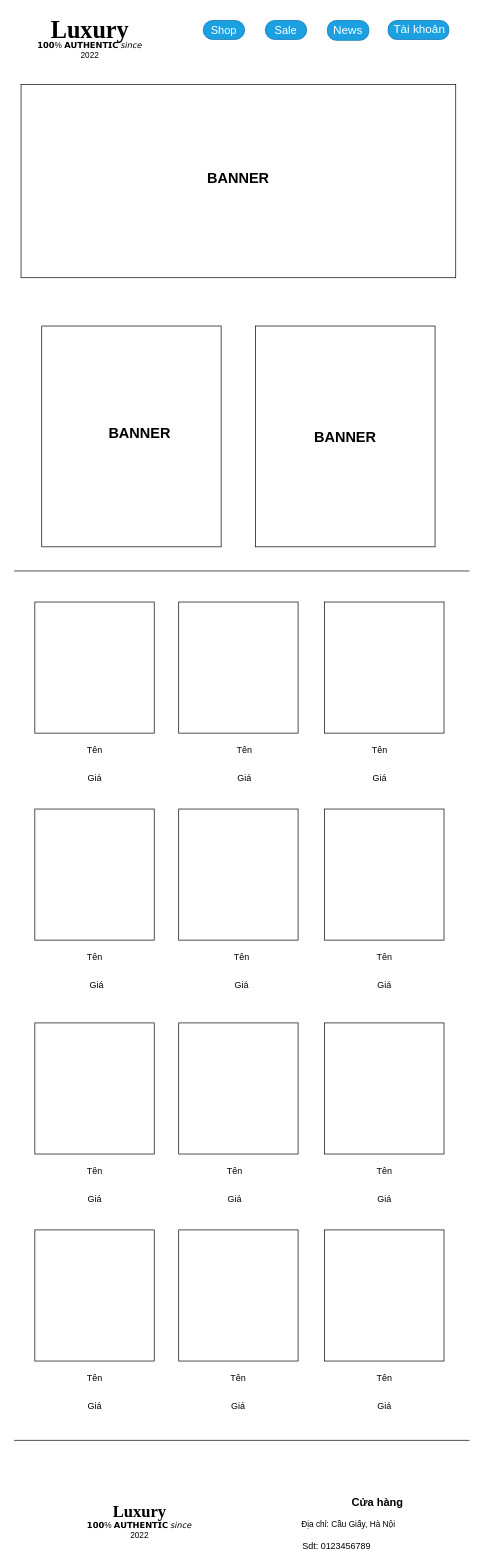
Above: page "Trang-1" (1 of 4) of shop.drawio in yenphph/web106_yenphph (draw.io), before the change. Source tidied: cells renumbered, new cells numbered last; positions are measured from the earlier drawing's top-left corner, leaving out a move shared by most shapes. Both pictures are drawn from the tidied source at 69%, with x=0, y=0 at pixel (14, 11).
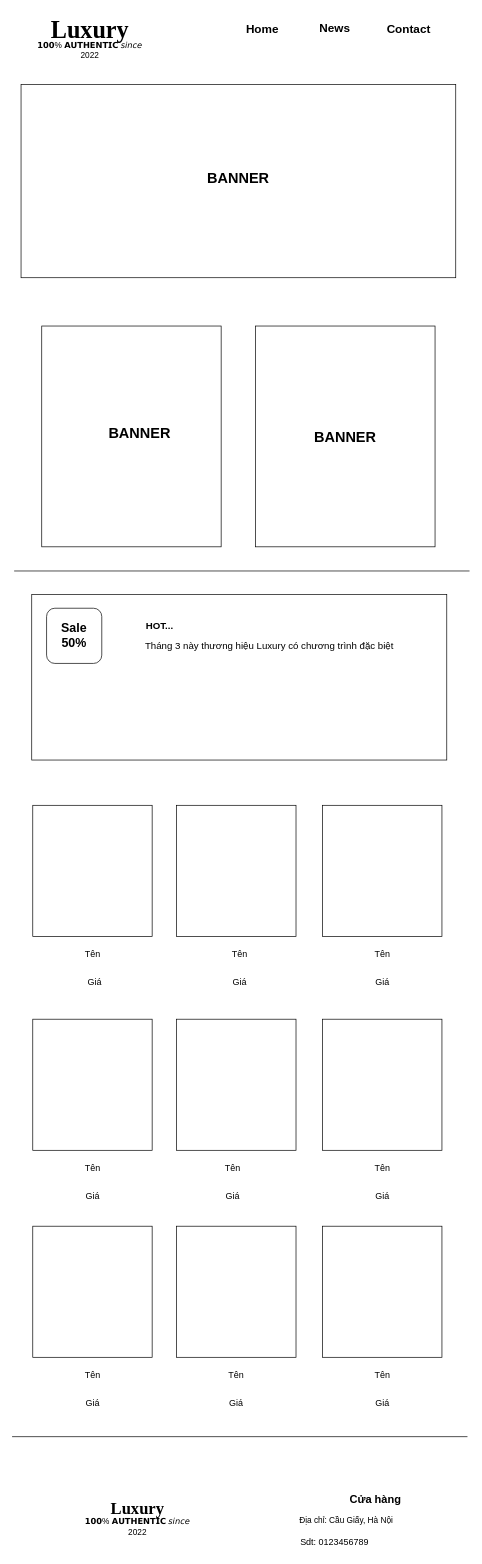
The same diagram, later.

Diff of the diagram source:
```diff
@@
-    <mxCell id="4" value="&lt;font style=&quot;font-size: 16px;&quot;&gt;Sale&lt;/font&gt;" style="rounded=1;whiteSpace=wrap;html=1;fillColor=#1ba1e2;strokeColor=#006EAF;fontColor=#ffffff;arcSize=50;" parent="1" vertex="1">
-      <mxGeometry x="364" y="13.2" width="60" height="27.5" as="geometry" />
-    </mxCell>
-    <mxCell id="5" style="rounded=1;whiteSpace=wrap;html=1;fillColor=#1ba1e2;strokeColor=#006EAF;arcSize=45;fontColor=#ffffff;" parent="1" vertex="1">
-      <mxGeometry x="454" y="13.2" width="60" height="28.8" as="geometry" />
-    </mxCell>
-    <mxCell id="6" value="&lt;span style=&quot;font-size: 16px;&quot;&gt;Shop&lt;/span&gt;" style="rounded=1;whiteSpace=wrap;html=1;fillColor=#1ba1e2;strokeColor=#006EAF;arcSize=50;fontColor=#ffffff;" parent="1" vertex="1">
-      <mxGeometry x="274" y="13.2" width="60" height="27.5" as="geometry" />
-    </mxCell>
-    <mxCell id="7" style="edgeStyle=orthogonalEdgeStyle;rounded=0;orthogonalLoop=1;jettySize=auto;html=1;exitX=0.5;exitY=1;exitDx=0;exitDy=0;" parent="1" edge="1" source="6" target="6">
-      <mxGeometry relative="1" as="geometry" />
-    </mxCell>
-    <mxCell id="8" value="News" style="text;html=1;strokeColor=none;fillColor=none;align=center;verticalAlign=middle;whiteSpace=wrap;rounded=0;fontSize=17;fontColor=#FFFFFF;" parent="1" vertex="1">
-      <mxGeometry x="454" y="13.2" width="60" height="30" as="geometry" />
-    </mxCell>
-    <mxCell id="9" style="edgeStyle=orthogonalEdgeStyle;rounded=0;orthogonalLoop=1;jettySize=auto;html=1;exitX=0.5;exitY=1;exitDx=0;exitDy=0;" parent="1" edge="1" source="61" target="61">
-      <mxGeometry relative="1" as="geometry" />
-    </mxCell>
@@
-    <mxCell id="17" style="rounded=0;whiteSpace=wrap;html=1;" parent="1" vertex="1">
-      <mxGeometry x="30" y="856" width="173" height="190" as="geometry" />
-    </mxCell>
-    <mxCell id="18" style="rounded=0;whiteSpace=wrap;html=1;" parent="1" vertex="1">
-      <mxGeometry x="238.5" y="856" width="173" height="190" as="geometry" />
-    </mxCell>
-    <mxCell id="19" style="rounded=0;whiteSpace=wrap;html=1;" parent="1" vertex="1">
-      <mxGeometry x="450" y="856" width="173" height="190" as="geometry" />
-    </mxCell>
-    <mxCell id="20" style="rounded=0;whiteSpace=wrap;html=1;" parent="1" vertex="1">
-      <mxGeometry x="30" y="1156" width="173" height="190" as="geometry" />
-    </mxCell>
-    <mxCell id="21" style="rounded=0;whiteSpace=wrap;html=1;" parent="1" vertex="1">
-      <mxGeometry x="238.5" y="1156" width="173" height="190" as="geometry" />
-    </mxCell>
-    <mxCell id="22" style="rounded=0;whiteSpace=wrap;html=1;" parent="1" vertex="1">
-      <mxGeometry x="450" y="1156" width="173" height="190" as="geometry" />
-    </mxCell>
-    <mxCell id="23" value="Giá" style="text;html=1;strokeColor=none;fillColor=none;align=center;verticalAlign=middle;whiteSpace=wrap;rounded=0;fontSize=13;" parent="1" vertex="1">
-      <mxGeometry x="86.5" y="1096" width="60" height="30" as="geometry" />
-    </mxCell>
-    <mxCell id="24" value="&lt;font style=&quot;font-size: 13px;&quot;&gt;Tên&lt;/font&gt;" style="text;html=1;strokeColor=none;fillColor=none;align=center;verticalAlign=middle;whiteSpace=wrap;rounded=0;fontSize=13;" parent="1" vertex="1">
-      <mxGeometry x="86.5" y="1056" width="60" height="30" as="geometry" />
-    </mxCell>
-    <mxCell id="25" value="&lt;font style=&quot;font-size: 13px;&quot;&gt;Tên&lt;/font&gt;" style="text;html=1;strokeColor=none;fillColor=none;align=center;verticalAlign=middle;whiteSpace=wrap;rounded=0;fontSize=13;" parent="1" vertex="1">
-      <mxGeometry x="304" y="1056" width="60" height="30" as="geometry" />
-    </mxCell>
-    <mxCell id="26" value="&lt;font style=&quot;font-size: 13px;&quot;&gt;Tên&lt;/font&gt;" style="text;html=1;strokeColor=none;fillColor=none;align=center;verticalAlign=middle;whiteSpace=wrap;rounded=0;fontSize=13;" parent="1" vertex="1">
-      <mxGeometry x="500" y="1056" width="60" height="30" as="geometry" />
-    </mxCell>
-    <mxCell id="27" value="Giá" style="text;html=1;strokeColor=none;fillColor=none;align=center;verticalAlign=middle;whiteSpace=wrap;rounded=0;fontSize=13;" parent="1" vertex="1">
-      <mxGeometry x="86.5" y="1706" width="60" height="30" as="geometry" />
-    </mxCell>
-    <mxCell id="28" value="Giá" style="text;html=1;strokeColor=none;fillColor=none;align=center;verticalAlign=middle;whiteSpace=wrap;rounded=0;fontSize=13;" parent="1" vertex="1">
-      <mxGeometry x="290" y="1706" width="60" height="30" as="geometry" />
-    </mxCell>
-    <mxCell id="29" value="Giá" style="text;html=1;strokeColor=none;fillColor=none;align=center;verticalAlign=middle;whiteSpace=wrap;rounded=0;fontSize=13;" parent="1" vertex="1">
-      <mxGeometry x="506.5" y="1396" width="60" height="30" as="geometry" />
-    </mxCell>
-    <mxCell id="30" value="Giá" style="text;html=1;strokeColor=none;fillColor=none;align=center;verticalAlign=middle;whiteSpace=wrap;rounded=0;fontSize=13;" parent="1" vertex="1">
-      <mxGeometry x="300" y="1396" width="60" height="30" as="geometry" />
-    </mxCell>
-    <mxCell id="31" value="Giá" style="text;html=1;strokeColor=none;fillColor=none;align=center;verticalAlign=middle;whiteSpace=wrap;rounded=0;fontSize=13;" parent="1" vertex="1">
-      <mxGeometry x="500" y="1096" width="60" height="30" as="geometry" />
-    </mxCell>
-    <mxCell id="32" value="Giá" style="text;html=1;strokeColor=none;fillColor=none;align=center;verticalAlign=middle;whiteSpace=wrap;rounded=0;fontSize=13;" parent="1" vertex="1">
-      <mxGeometry x="304" y="1096" width="60" height="30" as="geometry" />
-    </mxCell>
-    <mxCell id="33" value="Giá" style="text;html=1;strokeColor=none;fillColor=none;align=center;verticalAlign=middle;whiteSpace=wrap;rounded=0;fontSize=13;" parent="1" vertex="1">
-      <mxGeometry x="90" y="1396" width="60" height="30" as="geometry" />
-    </mxCell>
-    <mxCell id="34" value="&lt;font style=&quot;font-size: 13px;&quot;&gt;Tên&lt;/font&gt;" style="text;html=1;strokeColor=none;fillColor=none;align=center;verticalAlign=middle;whiteSpace=wrap;rounded=0;fontSize=13;" parent="1" vertex="1">
-      <mxGeometry x="86.5" y="1356" width="60" height="30" as="geometry" />
-    </mxCell>
-    <mxCell id="35" value="&lt;font style=&quot;font-size: 13px;&quot;&gt;Tên&lt;/font&gt;" style="text;html=1;strokeColor=none;fillColor=none;align=center;verticalAlign=middle;whiteSpace=wrap;rounded=0;fontSize=13;" parent="1" vertex="1">
-      <mxGeometry x="506.5" y="1356" width="60" height="30" as="geometry" />
-    </mxCell>
-    <mxCell id="36" value="&lt;font style=&quot;font-size: 13px;&quot;&gt;Tên&lt;/font&gt;" style="text;html=1;strokeColor=none;fillColor=none;align=center;verticalAlign=middle;whiteSpace=wrap;rounded=0;fontSize=13;" parent="1" vertex="1">
-      <mxGeometry x="300" y="1356" width="60" height="30" as="geometry" />
-    </mxCell>
-    <mxCell id="37" style="rounded=0;whiteSpace=wrap;html=1;" parent="1" vertex="1">
-      <mxGeometry x="450" y="1766" width="173" height="190" as="geometry" />
-    </mxCell>
-    <mxCell id="38" style="rounded=0;whiteSpace=wrap;html=1;" parent="1" vertex="1">
-      <mxGeometry x="238.5" y="1766" width="173" height="190" as="geometry" />
-    </mxCell>
-    <mxCell id="39" style="rounded=0;whiteSpace=wrap;html=1;" parent="1" vertex="1">
-      <mxGeometry x="30" y="1766" width="173" height="190" as="geometry" />
-    </mxCell>
-    <mxCell id="40" style="rounded=0;whiteSpace=wrap;html=1;" parent="1" vertex="1">
-      <mxGeometry x="450" y="1466" width="173" height="190" as="geometry" />
-    </mxCell>
-    <mxCell id="41" style="rounded=0;whiteSpace=wrap;html=1;" parent="1" vertex="1">
-      <mxGeometry x="238.5" y="1466" width="173" height="190" as="geometry" />
-    </mxCell>
-    <mxCell id="42" style="rounded=0;whiteSpace=wrap;html=1;" parent="1" vertex="1">
-      <mxGeometry x="30" y="1466" width="173" height="190" as="geometry" />
-    </mxCell>
-    <mxCell id="43" value="&lt;font style=&quot;font-size: 13px;&quot;&gt;Tên&lt;/font&gt;" style="text;html=1;strokeColor=none;fillColor=none;align=center;verticalAlign=middle;whiteSpace=wrap;rounded=0;fontSize=13;" parent="1" vertex="1">
-      <mxGeometry x="290" y="1666" width="60" height="30" as="geometry" />
-    </mxCell>
-    <mxCell id="44" value="&lt;font style=&quot;font-size: 13px;&quot;&gt;Tên&lt;/font&gt;" style="text;html=1;strokeColor=none;fillColor=none;align=center;verticalAlign=middle;whiteSpace=wrap;rounded=0;fontSize=13;" parent="1" vertex="1">
-      <mxGeometry x="506.5" y="1666" width="60" height="30" as="geometry" />
-    </mxCell>
-    <mxCell id="45" value="&lt;font style=&quot;font-size: 13px;&quot;&gt;Tên&lt;/font&gt;" style="text;html=1;strokeColor=none;fillColor=none;align=center;verticalAlign=middle;whiteSpace=wrap;rounded=0;fontSize=13;" parent="1" vertex="1">
-      <mxGeometry x="86.5" y="1666" width="60" height="30" as="geometry" />
-    </mxCell>
-    <mxCell id="46" style="edgeStyle=orthogonalEdgeStyle;rounded=0;orthogonalLoop=1;jettySize=auto;html=1;exitX=0.5;exitY=1;exitDx=0;exitDy=0;" parent="1" edge="1" source="45" target="45">
-      <mxGeometry relative="1" as="geometry" />
-    </mxCell>
-    <mxCell id="47" value="&lt;font style=&quot;font-size: 13px;&quot;&gt;Tên&lt;/font&gt;" style="text;html=1;strokeColor=none;fillColor=none;align=center;verticalAlign=middle;whiteSpace=wrap;rounded=0;fontSize=13;" parent="1" vertex="1">
-      <mxGeometry x="506.5" y="1966" width="60" height="30" as="geometry" />
-    </mxCell>
-    <mxCell id="48" value="&lt;font style=&quot;font-size: 13px;&quot;&gt;Tên&lt;/font&gt;" style="text;html=1;strokeColor=none;fillColor=none;align=center;verticalAlign=middle;whiteSpace=wrap;rounded=0;fontSize=13;" parent="1" vertex="1">
-      <mxGeometry x="295" y="1966" width="60" height="30" as="geometry" />
-    </mxCell>
-    <mxCell id="49" value="&lt;font style=&quot;font-size: 13px;&quot;&gt;Tên&lt;/font&gt;" style="text;html=1;strokeColor=none;fillColor=none;align=center;verticalAlign=middle;whiteSpace=wrap;rounded=0;fontSize=13;" parent="1" vertex="1">
-      <mxGeometry x="86.5" y="1966" width="60" height="30" as="geometry" />
-    </mxCell>
-    <mxCell id="50" value="Giá" style="text;html=1;strokeColor=none;fillColor=none;align=center;verticalAlign=middle;whiteSpace=wrap;rounded=0;fontSize=13;" parent="1" vertex="1">
-      <mxGeometry x="295" y="2006" width="60" height="30" as="geometry" />
-    </mxCell>
-    <mxCell id="51" value="Giá" style="text;html=1;strokeColor=none;fillColor=none;align=center;verticalAlign=middle;whiteSpace=wrap;rounded=0;fontSize=13;" parent="1" vertex="1">
-      <mxGeometry x="86.5" y="2006" width="60" height="30" as="geometry" />
-    </mxCell>
-    <mxCell id="52" value="Giá" style="text;html=1;strokeColor=none;fillColor=none;align=center;verticalAlign=middle;whiteSpace=wrap;rounded=0;fontSize=13;" parent="1" vertex="1">
-      <mxGeometry x="506.5" y="1706" width="60" height="30" as="geometry" />
-    </mxCell>
-    <mxCell id="53" value="Giá" style="text;html=1;strokeColor=none;fillColor=none;align=center;verticalAlign=middle;whiteSpace=wrap;rounded=0;fontSize=13;" parent="1" vertex="1">
-      <mxGeometry x="506.5" y="2006" width="60" height="30" as="geometry" />
-    </mxCell>
-    <mxCell id="54" style="line;strokeWidth=1;dashed=0;labelPosition=right;align=left;verticalAlign=middle;spacingTop=0;spacingLeft=6;" parent="1" vertex="1">
-      <mxGeometry y="2066" width="660" height="10" as="geometry" />
-    </mxCell>
+    <mxCell id="62" value="&lt;span style=&quot;font-size: 17px;&quot;&gt;&lt;b&gt;Home&lt;/b&gt;&lt;/span&gt;" style="text;html=1;strokeColor=none;fillColor=none;align=center;verticalAlign=middle;whiteSpace=wrap;rounded=0;" parent="1" vertex="1">
+      <mxGeometry x="317.5" y="11.9" width="84" height="30" as="geometry" />
+    </mxCell>
+    <mxCell id="8" value="&lt;b&gt;&lt;font style=&quot;font-size: 17px;&quot;&gt;News&lt;/font&gt;&lt;/b&gt;" style="text;html=1;strokeColor=none;fillColor=none;align=center;verticalAlign=middle;whiteSpace=wrap;rounded=0;" parent="1" vertex="1">
+      <mxGeometry x="435" y="10.7" width="60" height="30" as="geometry" />
+    </mxCell>
+    <mxCell id="63" value="&lt;span style=&quot;font-size: 17px;&quot;&gt;&lt;b&gt;Contact&lt;/b&gt;&lt;/span&gt;" style="text;html=1;strokeColor=none;fillColor=none;align=center;verticalAlign=middle;whiteSpace=wrap;rounded=0;" parent="1" vertex="1">
+      <mxGeometry x="542" y="11.9" width="60" height="30" as="geometry" />
+    </mxCell>
+    <mxCell id="64" style="rounded=0;whiteSpace=wrap;html=1;" parent="1" vertex="1">
+      <mxGeometry x="27" y="1150.6" width="173" height="190" as="geometry" />
+    </mxCell>
+    <mxCell id="65" style="rounded=0;whiteSpace=wrap;html=1;" parent="1" vertex="1">
+      <mxGeometry x="235.5" y="1150.6" width="173" height="190" as="geometry" />
+    </mxCell>
+    <mxCell id="66" style="rounded=0;whiteSpace=wrap;html=1;" parent="1" vertex="1">
+      <mxGeometry x="447" y="1150.6" width="173" height="190" as="geometry" />
+    </mxCell>
+    <mxCell id="67" value="Giá" style="text;html=1;strokeColor=none;fillColor=none;align=center;verticalAlign=middle;whiteSpace=wrap;rounded=0;fontSize=13;" parent="1" vertex="1">
+      <mxGeometry x="83.5" y="1700.6" width="60" height="30" as="geometry" />
+    </mxCell>
+    <mxCell id="68" value="Giá" style="text;html=1;strokeColor=none;fillColor=none;align=center;verticalAlign=middle;whiteSpace=wrap;rounded=0;fontSize=13;" parent="1" vertex="1">
+      <mxGeometry x="287" y="1700.6" width="60" height="30" as="geometry" />
+    </mxCell>
+    <mxCell id="69" value="Giá" style="text;html=1;strokeColor=none;fillColor=none;align=center;verticalAlign=middle;whiteSpace=wrap;rounded=0;fontSize=13;" parent="1" vertex="1">
+      <mxGeometry x="503.5" y="1390.6" width="60" height="30" as="geometry" />
+    </mxCell>
+    <mxCell id="70" value="Giá" style="text;html=1;strokeColor=none;fillColor=none;align=center;verticalAlign=middle;whiteSpace=wrap;rounded=0;fontSize=13;" parent="1" vertex="1">
+      <mxGeometry x="297" y="1390.6" width="60" height="30" as="geometry" />
+    </mxCell>
+    <mxCell id="71" value="Giá" style="text;html=1;strokeColor=none;fillColor=none;align=center;verticalAlign=middle;whiteSpace=wrap;rounded=0;fontSize=13;" parent="1" vertex="1">
+      <mxGeometry x="87" y="1390.6" width="60" height="30" as="geometry" />
+    </mxCell>
+    <mxCell id="72" value="&lt;font style=&quot;font-size: 13px;&quot;&gt;Tên&lt;/font&gt;" style="text;html=1;strokeColor=none;fillColor=none;align=center;verticalAlign=middle;whiteSpace=wrap;rounded=0;fontSize=13;" parent="1" vertex="1">
+      <mxGeometry x="83.5" y="1350.6" width="60" height="30" as="geometry" />
+    </mxCell>
+    <mxCell id="73" value="&lt;font style=&quot;font-size: 13px;&quot;&gt;Tên&lt;/font&gt;" style="text;html=1;strokeColor=none;fillColor=none;align=center;verticalAlign=middle;whiteSpace=wrap;rounded=0;fontSize=13;" parent="1" vertex="1">
+      <mxGeometry x="503.5" y="1350.6" width="60" height="30" as="geometry" />
+    </mxCell>
+    <mxCell id="74" value="&lt;font style=&quot;font-size: 13px;&quot;&gt;Tên&lt;/font&gt;" style="text;html=1;strokeColor=none;fillColor=none;align=center;verticalAlign=middle;whiteSpace=wrap;rounded=0;fontSize=13;" parent="1" vertex="1">
+      <mxGeometry x="297" y="1350.6" width="60" height="30" as="geometry" />
+    </mxCell>
+    <mxCell id="75" style="rounded=0;whiteSpace=wrap;html=1;" parent="1" vertex="1">
+      <mxGeometry x="447" y="1760.6" width="173" height="190" as="geometry" />
+    </mxCell>
+    <mxCell id="76" style="rounded=0;whiteSpace=wrap;html=1;" parent="1" vertex="1">
+      <mxGeometry x="235.5" y="1760.6" width="173" height="190" as="geometry" />
+    </mxCell>
+    <mxCell id="77" style="rounded=0;whiteSpace=wrap;html=1;" parent="1" vertex="1">
+      <mxGeometry x="27" y="1760.6" width="173" height="190" as="geometry" />
+    </mxCell>
+    <mxCell id="78" style="rounded=0;whiteSpace=wrap;html=1;" parent="1" vertex="1">
+      <mxGeometry x="447" y="1460.6" width="173" height="190" as="geometry" />
+    </mxCell>
+    <mxCell id="79" style="rounded=0;whiteSpace=wrap;html=1;" parent="1" vertex="1">
+      <mxGeometry x="235.5" y="1460.6" width="173" height="190" as="geometry" />
+    </mxCell>
+    <mxCell id="80" style="rounded=0;whiteSpace=wrap;html=1;" parent="1" vertex="1">
+      <mxGeometry x="27" y="1460.6" width="173" height="190" as="geometry" />
+    </mxCell>
+    <mxCell id="81" value="&lt;font style=&quot;font-size: 13px;&quot;&gt;Tên&lt;/font&gt;" style="text;html=1;strokeColor=none;fillColor=none;align=center;verticalAlign=middle;whiteSpace=wrap;rounded=0;fontSize=13;" parent="1" vertex="1">
+      <mxGeometry x="287" y="1660.6" width="60" height="30" as="geometry" />
+    </mxCell>
+    <mxCell id="82" value="&lt;font style=&quot;font-size: 13px;&quot;&gt;Tên&lt;/font&gt;" style="text;html=1;strokeColor=none;fillColor=none;align=center;verticalAlign=middle;whiteSpace=wrap;rounded=0;fontSize=13;" parent="1" vertex="1">
+      <mxGeometry x="503.5" y="1660.6" width="60" height="30" as="geometry" />
+    </mxCell>
+    <mxCell id="83" value="&lt;font style=&quot;font-size: 13px;&quot;&gt;Tên&lt;/font&gt;" style="text;html=1;strokeColor=none;fillColor=none;align=center;verticalAlign=middle;whiteSpace=wrap;rounded=0;fontSize=13;" parent="1" vertex="1">
+      <mxGeometry x="83.5" y="1660.6" width="60" height="30" as="geometry" />
+    </mxCell>
+    <mxCell id="84" style="edgeStyle=orthogonalEdgeStyle;rounded=0;orthogonalLoop=1;jettySize=auto;html=1;exitX=0.5;exitY=1;exitDx=0;exitDy=0;" parent="1" edge="1" source="83" target="83">
+      <mxGeometry relative="1" as="geometry" />
+    </mxCell>
+    <mxCell id="85" value="&lt;font style=&quot;font-size: 13px;&quot;&gt;Tên&lt;/font&gt;" style="text;html=1;strokeColor=none;fillColor=none;align=center;verticalAlign=middle;whiteSpace=wrap;rounded=0;fontSize=13;" parent="1" vertex="1">
+      <mxGeometry x="503.5" y="1960.6" width="60" height="30" as="geometry" />
+    </mxCell>
+    <mxCell id="86" value="&lt;font style=&quot;font-size: 13px;&quot;&gt;Tên&lt;/font&gt;" style="text;html=1;strokeColor=none;fillColor=none;align=center;verticalAlign=middle;whiteSpace=wrap;rounded=0;fontSize=13;" parent="1" vertex="1">
+      <mxGeometry x="292" y="1960.6" width="60" height="30" as="geometry" />
+    </mxCell>
+    <mxCell id="87" value="&lt;font style=&quot;font-size: 13px;&quot;&gt;Tên&lt;/font&gt;" style="text;html=1;strokeColor=none;fillColor=none;align=center;verticalAlign=middle;whiteSpace=wrap;rounded=0;fontSize=13;" parent="1" vertex="1">
+      <mxGeometry x="83.5" y="1960.6" width="60" height="30" as="geometry" />
+    </mxCell>
+    <mxCell id="88" value="Giá" style="text;html=1;strokeColor=none;fillColor=none;align=center;verticalAlign=middle;whiteSpace=wrap;rounded=0;fontSize=13;" parent="1" vertex="1">
+      <mxGeometry x="292" y="2000.6" width="60" height="30" as="geometry" />
+    </mxCell>
+    <mxCell id="89" value="Giá" style="text;html=1;strokeColor=none;fillColor=none;align=center;verticalAlign=middle;whiteSpace=wrap;rounded=0;fontSize=13;" parent="1" vertex="1">
+      <mxGeometry x="83.5" y="2000.6" width="60" height="30" as="geometry" />
+    </mxCell>
+    <mxCell id="90" value="Giá" style="text;html=1;strokeColor=none;fillColor=none;align=center;verticalAlign=middle;whiteSpace=wrap;rounded=0;fontSize=13;" parent="1" vertex="1">
+      <mxGeometry x="503.5" y="1700.6" width="60" height="30" as="geometry" />
+    </mxCell>
+    <mxCell id="91" value="Giá" style="text;html=1;strokeColor=none;fillColor=none;align=center;verticalAlign=middle;whiteSpace=wrap;rounded=0;fontSize=13;" parent="1" vertex="1">
+      <mxGeometry x="503.5" y="2000.6" width="60" height="30" as="geometry" />
+    </mxCell>
+    <mxCell id="92" style="line;strokeWidth=1;dashed=0;labelPosition=right;align=left;verticalAlign=middle;spacingTop=0;spacingLeft=6;" parent="1" vertex="1">
+      <mxGeometry x="-3" y="2060.6" width="660" height="10" as="geometry" />
+    </mxCell>
     <mxCell id="55" value="&lt;font style=&quot;font-size: 24px;&quot;&gt;Luxury&lt;/font&gt;" style="text;html=1;strokeColor=none;fillColor=none;align=center;verticalAlign=middle;whiteSpace=wrap;rounded=0;fontSize=35;fontStyle=1;fontFamily=Times New Roman;" parent="1" vertex="1">
-      <mxGeometry x="127" y="2156" width="110" height="30" as="geometry" />
+      <mxGeometry x="124" y="2150.6" width="110" height="30" as="geometry" />
     </mxCell>
     <mxCell id="56" value="&lt;font style=&quot;font-size: 12px;&quot;&gt;𝟭𝟬𝟬% 𝗔𝗨𝗧𝗛𝗘𝗡𝗧𝗜𝗖 𝘴𝘪𝘯𝘤𝘦 2022&lt;/font&gt;" style="text;html=1;strokeColor=none;fillColor=none;align=center;verticalAlign=middle;whiteSpace=wrap;rounded=0;" parent="1" vertex="1">
-      <mxGeometry x="102" y="2186" width="160" height="30" as="geometry" />
+      <mxGeometry x="99" y="2180.6" width="160" height="30" as="geometry" />
     </mxCell>
     <mxCell id="57" value="Cửa hàng&amp;nbsp;" style="text;html=1;strokeColor=none;fillColor=none;align=center;verticalAlign=middle;whiteSpace=wrap;rounded=0;fontSize=16;fontStyle=1;" parent="1" vertex="1">
-      <mxGeometry x="435" y="2146" width="188" height="30" as="geometry" />
+      <mxGeometry x="432" y="2140.6" width="188" height="30" as="geometry" />
     </mxCell>
     <mxCell id="58" value="Địa chỉ: Cầu Giấy, Hà Nội" style="text;html=1;align=center;verticalAlign=middle;strokeColor=none;fillColor=none;fontSize=12;" parent="1" vertex="1">
-      <mxGeometry x="401.5" y="2176" width="165" height="33" as="geometry" />
+      <mxGeometry x="398.5" y="2170.6" width="165" height="33" as="geometry" />
     </mxCell>
     <mxCell id="59" value="Sdt: 0123456789" style="text;html=1;strokeColor=none;fillColor=none;align=center;verticalAlign=middle;whiteSpace=wrap;rounded=0;fontSize=13;" parent="1" vertex="1">
-      <mxGeometry x="404" y="2216" width="127" height="15" as="geometry" />
+      <mxGeometry x="401" y="2210.6" width="127" height="15" as="geometry" />
     </mxCell>
-    <mxCell id="60" style="rounded=1;whiteSpace=wrap;html=1;fillColor=#1ba1e2;strokeColor=#006EAF;arcSize=45;fontColor=#ffffff;" parent="1" vertex="1">
-      <mxGeometry x="542" y="13.2" width="88" height="27.5" as="geometry" />
-    </mxCell>
-    <mxCell id="61" value="Tài khoản" style="text;html=1;strokeColor=none;fillColor=none;align=center;verticalAlign=middle;whiteSpace=wrap;rounded=0;fontSize=17;fontColor=#FFFFFF;" parent="1" vertex="1">
-      <mxGeometry x="545" y="12" width="85" height="30" as="geometry" />
-    </mxCell>
+    <mxCell id="93" style="rounded=0;whiteSpace=wrap;html=1;" parent="1" vertex="1">
+      <mxGeometry x="25.5" y="845" width="601.5" height="240" as="geometry" />
+    </mxCell>
+    <mxCell id="94" style="rounded=1;whiteSpace=wrap;html=1;" parent="1" vertex="1">
+      <mxGeometry x="47" y="865" width="80" height="80" as="geometry" />
+    </mxCell>
+    <mxCell id="95" value="&lt;b style=&quot;font-size: 18px;&quot;&gt;Sale&lt;br&gt;50%&lt;/b&gt;" style="text;html=1;strokeColor=none;fillColor=none;align=center;verticalAlign=middle;whiteSpace=wrap;rounded=0;" parent="1" vertex="1">
+      <mxGeometry x="57" y="875" width="60" height="60" as="geometry" />
+    </mxCell>
+    <mxCell id="96" value="&lt;b&gt;&lt;font style=&quot;font-size: 14px;&quot;&gt;HOT...&lt;/font&gt;&lt;/b&gt;" style="text;html=1;strokeColor=none;fillColor=none;align=center;verticalAlign=middle;whiteSpace=wrap;rounded=0;" parent="1" vertex="1">
+      <mxGeometry x="181" y="875" width="60" height="30" as="geometry" />
+    </mxCell>
+    <mxCell id="97" value="&lt;font style=&quot;font-size: 14px;&quot;&gt;Tháng 3 này thương hiệu Luxury có chương trình đặc biệt&amp;nbsp;&lt;/font&gt;" style="text;html=1;strokeColor=none;fillColor=none;align=center;verticalAlign=middle;whiteSpace=wrap;rounded=0;" parent="1" vertex="1">
+      <mxGeometry x="177" y="905" width="390" height="30" as="geometry" />
+    </mxCell>
```
